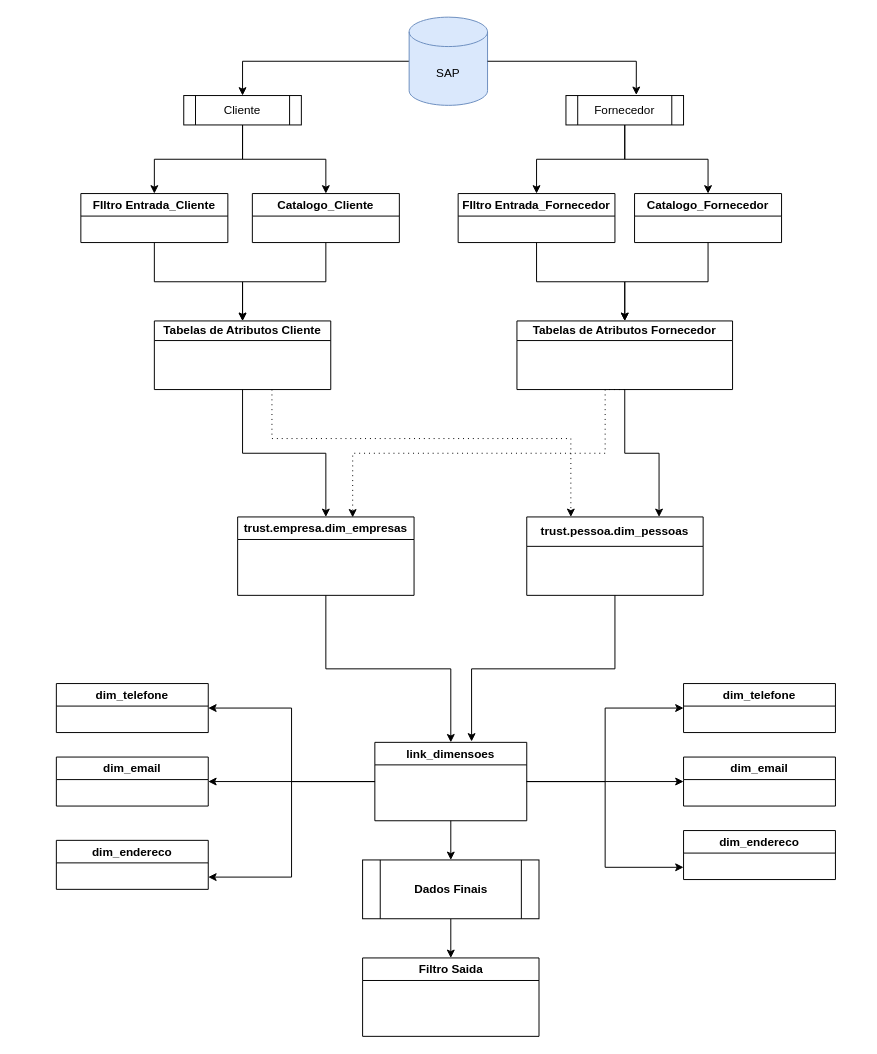
This is Untitled Diagram.drawio from fabiomoraeslima/django-projeto1, a draw.io file, before an edit. Source tidied: cells renumbered, new cells numbered last; positions are measured from the earlier drawing's top-left corner, leaving out a move shared by most shapes. Both pictures are drawn from the tidied source at 98%, with x=0, y=0 at pixel (56, 17).
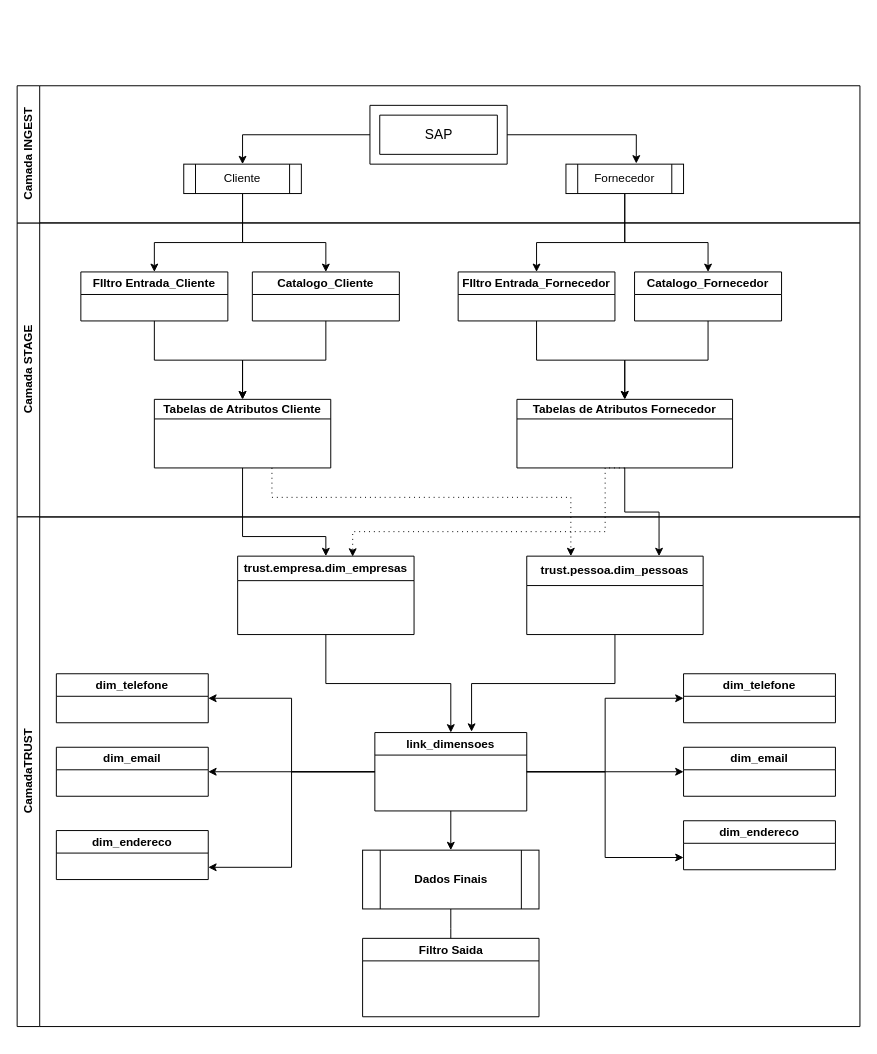
After the change.

Diff of the diagram source:
```diff
@@
-    <mxCell id="2" style="edgeStyle=orthogonalEdgeStyle;rounded=0;jettySize=auto;html=1;entryX=0.5;entryY=0;entryDx=0;entryDy=0;" parent="1" edge="1" source="3" target="14">
-      <mxGeometry relative="1" as="geometry" />
-    </mxCell>
-    <mxCell id="3" value="SAP" style="shape=cylinder3;whiteSpace=wrap;html=1;boundedLbl=1;backgroundOutline=1;size=15;fillColor=#dae8fc;strokeColor=#6c8ebf;" parent="1" vertex="1">
-      <mxGeometry x="360" width="80" height="90" as="geometry" />
-    </mxCell>
-    <mxCell id="4" style="edgeStyle=orthogonalEdgeStyle;rounded=0;jettySize=auto;html=1;entryX=0.5;entryY=0;entryDx=0;entryDy=0;" parent="1" edge="1" source="5" target="21">
-      <mxGeometry relative="1" as="geometry" />
-    </mxCell>
+    <mxCell id="46" style="group;" parent="1" vertex="1">
+      <mxGeometry x="-40" y="70" width="860" height="960" as="geometry" />
+    </mxCell>
-    <mxCell id="5" value="FIltro Entrada_Cliente" style="swimlane;whiteSpace=wrap;html=1;" parent="1" vertex="1">
-      <mxGeometry x="25" y="180" width="150" height="50" as="geometry" />
+    <mxCell id="5" value="FIltro Entrada_Cliente" style="swimlane;whiteSpace=wrap;html=1;" parent="46" vertex="1">
+      <mxGeometry x="65" y="190" width="150" height="50" as="geometry" />
     </mxCell>
-    <mxCell id="6" style="edgeStyle=orthogonalEdgeStyle;rounded=0;jettySize=auto;html=1;" parent="1" edge="1" source="7" target="21">
-      <mxGeometry relative="1" as="geometry" />
-    </mxCell>
-    <mxCell id="7" value="Catalogo_Cliente" style="swimlane;whiteSpace=wrap;html=1;" parent="1" vertex="1">
-      <mxGeometry x="200" y="180" width="150" height="50" as="geometry" />
+    <mxCell id="7" value="Catalogo_Cliente" style="swimlane;whiteSpace=wrap;html=1;" parent="46" vertex="1">
+      <mxGeometry x="240" y="190" width="150" height="50" as="geometry" />
     </mxCell>
-    <mxCell id="8" style="edgeStyle=orthogonalEdgeStyle;rounded=0;jettySize=auto;html=1;entryX=0.5;entryY=0;entryDx=0;entryDy=0;" parent="1" edge="1" source="9" target="23">
-      <mxGeometry relative="1" as="geometry" />
-    </mxCell>
-    <mxCell id="9" value="FIltro Entrada_Fornecedor" style="swimlane;whiteSpace=wrap;html=1;" parent="1" vertex="1">
-      <mxGeometry x="410" y="180" width="160" height="50" as="geometry" />
+    <mxCell id="9" value="FIltro Entrada_Fornecedor" style="swimlane;whiteSpace=wrap;html=1;" parent="46" vertex="1">
+      <mxGeometry x="450" y="190" width="160" height="50" as="geometry" />
     </mxCell>
-    <mxCell id="10" style="edgeStyle=orthogonalEdgeStyle;rounded=0;jettySize=auto;html=1;entryX=0.5;entryY=0;entryDx=0;entryDy=0;" parent="1" edge="1" source="11" target="23">
-      <mxGeometry relative="1" as="geometry" />
-    </mxCell>
-    <mxCell id="11" value="Catalogo_Fornecedor" style="swimlane;whiteSpace=wrap;html=1;" parent="1" vertex="1">
-      <mxGeometry x="590" y="180" width="150" height="50" as="geometry" />
+    <mxCell id="11" value="Catalogo_Fornecedor" style="swimlane;whiteSpace=wrap;html=1;" parent="46" vertex="1">
+      <mxGeometry x="630" y="190" width="150" height="50" as="geometry" />
     </mxCell>
-    <mxCell id="12" style="edgeStyle=orthogonalEdgeStyle;rounded=0;jettySize=auto;html=1;entryX=0.5;entryY=0;entryDx=0;entryDy=0;" parent="1" edge="1" source="14" target="5">
-      <mxGeometry relative="1" as="geometry" />
+    <mxCell id="12" style="edgeStyle=orthogonalEdgeStyle;rounded=0;jettySize=auto;html=1;entryX=0.5;entryY=0;entryDx=0;entryDy=0;" parent="46" edge="1" source="14" target="5">
+      <mxGeometry relative="1" as="geometry">
+        <Array as="points">
+          <mxPoint x="230" y="160" />
+          <mxPoint x="140" y="160" />
+        </Array>
+      </mxGeometry>
     </mxCell>
-    <mxCell id="13" style="edgeStyle=orthogonalEdgeStyle;rounded=0;jettySize=auto;html=1;entryX=0.5;entryY=0;entryDx=0;entryDy=0;" parent="1" edge="1" source="14" target="7">
-      <mxGeometry relative="1" as="geometry" />
+    <mxCell id="13" style="edgeStyle=orthogonalEdgeStyle;rounded=0;jettySize=auto;html=1;entryX=0.5;entryY=0;entryDx=0;entryDy=0;" parent="46" edge="1" source="14" target="7">
+      <mxGeometry relative="1" as="geometry">
+        <Array as="points">
+          <mxPoint x="230" y="160" />
+          <mxPoint x="315" y="160" />
+        </Array>
+      </mxGeometry>
     </mxCell>
-    <mxCell id="14" value="Cliente" style="shape=process;whiteSpace=wrap;html=1;backgroundOutline=1;" parent="1" vertex="1">
-      <mxGeometry x="130" y="80" width="120" height="30" as="geometry" />
-    </mxCell>
-    <mxCell id="15" style="edgeStyle=orthogonalEdgeStyle;rounded=0;jettySize=auto;html=1;" parent="1" edge="1" source="17" target="9">
-      <mxGeometry relative="1" as="geometry" />
+    <mxCell id="15" style="edgeStyle=orthogonalEdgeStyle;rounded=0;jettySize=auto;html=1;" parent="46" edge="1" source="17" target="9">
+      <mxGeometry relative="1" as="geometry">
+        <Array as="points">
+          <mxPoint x="620" y="160" />
+          <mxPoint x="530" y="160" />
+        </Array>
+      </mxGeometry>
     </mxCell>
-    <mxCell id="16" style="edgeStyle=orthogonalEdgeStyle;rounded=0;jettySize=auto;html=1;" parent="1" edge="1" source="17" target="11">
-      <mxGeometry relative="1" as="geometry" />
+    <mxCell id="16" style="edgeStyle=orthogonalEdgeStyle;rounded=0;jettySize=auto;html=1;" parent="46" edge="1" source="17" target="11">
+      <mxGeometry relative="1" as="geometry">
+        <Array as="points">
+          <mxPoint x="620" y="160" />
+          <mxPoint x="705" y="160" />
+        </Array>
+      </mxGeometry>
     </mxCell>
-    <mxCell id="17" value="Fornecedor" style="shape=process;whiteSpace=wrap;html=1;backgroundOutline=1;" parent="1" vertex="1">
-      <mxGeometry x="520" y="80" width="120" height="30" as="geometry" />
-    </mxCell>
-    <mxCell id="18" style="edgeStyle=orthogonalEdgeStyle;rounded=0;jettySize=auto;html=1;entryX=0.598;entryY=-0.022;entryDx=0;entryDy=0;entryPerimeter=0;" parent="1" edge="1" source="3" target="17">
-      <mxGeometry relative="1" as="geometry" />
-    </mxCell>
-    <mxCell id="19" style="edgeStyle=orthogonalEdgeStyle;rounded=0;jettySize=auto;html=1;" parent="1" edge="1" source="21" target="25">
-      <mxGeometry relative="1" as="geometry" />
-    </mxCell>
-    <mxCell id="20" style="edgeStyle=orthogonalEdgeStyle;rounded=0;jettySize=auto;html=1;entryX=0.25;entryY=0;entryDx=0;entryDy=0;dashed=1;dashPattern=1 4;" parent="1" edge="1" source="21" target="26">
-      <mxGeometry relative="1" as="geometry">
-        <Array as="points">
-          <mxPoint x="220" y="430" />
-          <mxPoint x="525" y="430" />
-        </Array>
-      </mxGeometry>
-    </mxCell>
-    <mxCell id="21" value="Tabelas de Atributos Cliente" style="swimlane;whiteSpace=wrap;html=1;startSize=20;" parent="1" vertex="1">
-      <mxGeometry x="100" y="310" width="180" height="70" as="geometry" />
+    <mxCell id="21" value="Tabelas de Atributos Cliente" style="swimlane;whiteSpace=wrap;html=1;startSize=20;" parent="46" vertex="1">
+      <mxGeometry x="140" y="320" width="180" height="70" as="geometry" />
     </mxCell>
-    <mxCell id="22" style="edgeStyle=orthogonalEdgeStyle;rounded=0;jettySize=auto;html=1;entryX=0.75;entryY=0;entryDx=0;entryDy=0;" parent="1" edge="1" source="23" target="26">
-      <mxGeometry relative="1" as="geometry" />
-    </mxCell>
+    <mxCell id="4" style="edgeStyle=orthogonalEdgeStyle;rounded=0;jettySize=auto;html=1;entryX=0.5;entryY=0;entryDx=0;entryDy=0;" parent="46" edge="1" source="5" target="21">
+      <mxGeometry relative="1" as="geometry" />
+    </mxCell>
+    <mxCell id="6" style="edgeStyle=orthogonalEdgeStyle;rounded=0;jettySize=auto;html=1;" parent="46" edge="1" source="7" target="21">
+      <mxGeometry relative="1" as="geometry" />
+    </mxCell>
-    <mxCell id="23" value="Tabelas de Atributos Fornecedor" style="swimlane;whiteSpace=wrap;html=1;startSize=20;" parent="1" vertex="1">
-      <mxGeometry x="470" y="310" width="220" height="70" as="geometry" />
+    <mxCell id="23" value="Tabelas de Atributos Fornecedor" style="swimlane;whiteSpace=wrap;html=1;startSize=20;" parent="46" vertex="1">
+      <mxGeometry x="510" y="320" width="220" height="70" as="geometry" />
     </mxCell>
-    <mxCell id="24" style="edgeStyle=orthogonalEdgeStyle;rounded=0;jettySize=auto;html=1;" parent="1" edge="1" source="25" target="44">
-      <mxGeometry relative="1" as="geometry" />
-    </mxCell>
+    <mxCell id="8" style="edgeStyle=orthogonalEdgeStyle;rounded=0;jettySize=auto;html=1;entryX=0.5;entryY=0;entryDx=0;entryDy=0;" parent="46" edge="1" source="9" target="23">
+      <mxGeometry relative="1" as="geometry" />
+    </mxCell>
+    <mxCell id="10" style="edgeStyle=orthogonalEdgeStyle;rounded=0;jettySize=auto;html=1;entryX=0.5;entryY=0;entryDx=0;entryDy=0;" parent="46" edge="1" source="11" target="23">
+      <mxGeometry relative="1" as="geometry" />
+    </mxCell>
+    <mxCell id="27" style="edgeStyle=orthogonalEdgeStyle;rounded=0;jettySize=auto;html=1;exitX=0.5;exitY=1;exitDx=0;exitDy=0;entryX=0.652;entryY=0.006;entryDx=0;entryDy=0;entryPerimeter=0;dashed=1;dashPattern=1 4;" parent="46" edge="1" source="23" target="25">
+      <mxGeometry relative="1" as="geometry">
+        <Array as="points">
+          <mxPoint x="600" y="390" />
+          <mxPoint x="600" y="455" />
+          <mxPoint x="342" y="455" />
+        </Array>
+      </mxGeometry>
+    </mxCell>
+    <mxCell id="47" value="Camada STAGE" style="swimlane;horizontal=0;whiteSpace=wrap;html=1;" parent="46" vertex="1">
+      <mxGeometry y="140" width="860" height="300" as="geometry" />
+    </mxCell>
+    <mxCell id="48" value="CamadaTRUST" style="swimlane;horizontal=0;whiteSpace=wrap;html=1;" parent="46" vertex="1">
+      <mxGeometry y="440" width="860" height="520" as="geometry" />
+    </mxCell>
-    <mxCell id="25" value="trust.empresa.dim_empresas" style="swimlane;whiteSpace=wrap;html=1;" parent="1" vertex="1">
-      <mxGeometry x="185" y="510" width="180" height="80" as="geometry" />
+    <mxCell id="25" value="trust.empresa.dim_empresas" style="swimlane;whiteSpace=wrap;html=1;startSize=25;" parent="48" vertex="1">
+      <mxGeometry x="225" y="40" width="180" height="80" as="geometry" />
     </mxCell>
-    <mxCell id="26" value="trust.pessoa.dim_pessoas" style="swimlane;whiteSpace=wrap;html=1;startSize=30;" parent="1" vertex="1">
-      <mxGeometry x="480" y="510" width="180" height="80" as="geometry" />
+    <mxCell id="26" value="trust.pessoa.dim_pessoas" style="swimlane;whiteSpace=wrap;html=1;startSize=30;" parent="48" vertex="1">
+      <mxGeometry x="520" y="40" width="180" height="80" as="geometry" />
     </mxCell>
-    <mxCell id="27" style="edgeStyle=orthogonalEdgeStyle;rounded=0;jettySize=auto;html=1;exitX=0.5;exitY=1;exitDx=0;exitDy=0;entryX=0.652;entryY=0.006;entryDx=0;entryDy=0;entryPerimeter=0;dashed=1;dashPattern=1 4;" parent="1" edge="1" source="23" target="25">
-      <mxGeometry relative="1" as="geometry">
-        <Array as="points">
-          <mxPoint x="560" y="380" />
-          <mxPoint x="560" y="445" />
-          <mxPoint x="302" y="445" />
-        </Array>
-      </mxGeometry>
-    </mxCell>
-    <mxCell id="28" value="Filtro Saida" style="swimlane;whiteSpace=wrap;html=1;" parent="1" vertex="1">
-      <mxGeometry x="312.5" y="960" width="180" height="80" as="geometry" />
-    </mxCell>
-    <mxCell id="29" value="dim_telefone" style="swimlane;whiteSpace=wrap;html=1;" parent="1" vertex="1">
-      <mxGeometry y="680" width="155" height="50" as="geometry" />
+    <mxCell id="29" value="dim_telefone" style="swimlane;whiteSpace=wrap;html=1;" parent="48" vertex="1">
+      <mxGeometry x="40" y="160" width="155" height="50" as="geometry" />
     </mxCell>
-    <mxCell id="30" value="dim_endereco" style="swimlane;whiteSpace=wrap;html=1;" parent="1" vertex="1">
-      <mxGeometry y="840" width="155" height="50" as="geometry" />
+    <mxCell id="30" value="dim_endereco" style="swimlane;whiteSpace=wrap;html=1;" parent="48" vertex="1">
+      <mxGeometry x="40" y="320" width="155" height="50" as="geometry" />
     </mxCell>
-    <mxCell id="31" value="dim_email" style="swimlane;whiteSpace=wrap;html=1;" parent="1" vertex="1">
-      <mxGeometry y="755" width="155" height="50" as="geometry" />
+    <mxCell id="31" value="dim_email" style="swimlane;whiteSpace=wrap;html=1;" parent="48" vertex="1">
+      <mxGeometry x="40" y="235" width="155" height="50" as="geometry" />
     </mxCell>
-    <mxCell id="32" value="dim_telefone" style="swimlane;whiteSpace=wrap;html=1;" parent="1" vertex="1">
-      <mxGeometry x="640" y="680" width="155" height="50" as="geometry" />
+    <mxCell id="32" value="dim_telefone" style="swimlane;whiteSpace=wrap;html=1;" parent="48" vertex="1">
+      <mxGeometry x="680" y="160" width="155" height="50" as="geometry" />
     </mxCell>
-    <mxCell id="33" value="dim_endereco" style="swimlane;whiteSpace=wrap;html=1;" parent="1" vertex="1">
-      <mxGeometry x="640" y="830" width="155" height="50" as="geometry" />
+    <mxCell id="33" value="dim_endereco" style="swimlane;whiteSpace=wrap;html=1;" parent="48" vertex="1">
+      <mxGeometry x="680" y="310" width="155" height="50" as="geometry" />
     </mxCell>
-    <mxCell id="34" value="dim_email" style="swimlane;whiteSpace=wrap;html=1;" parent="1" vertex="1">
-      <mxGeometry x="640" y="755" width="155" height="50" as="geometry" />
+    <mxCell id="34" value="dim_email" style="swimlane;whiteSpace=wrap;html=1;" parent="48" vertex="1">
+      <mxGeometry x="680" y="235" width="155" height="50" as="geometry" />
     </mxCell>
-    <mxCell id="35" style="edgeStyle=orthogonalEdgeStyle;rounded=0;jettySize=auto;html=1;entryX=0.5;entryY=0;entryDx=0;entryDy=0;" parent="1" edge="1" source="36" target="28">
-      <mxGeometry relative="1" as="geometry" />
+    <mxCell id="35" style="edgeStyle=orthogonalEdgeStyle;rounded=0;jettySize=auto;html=1;entryX=0.5;entryY=0;entryDx=0;entryDy=0;" parent="48" edge="1" source="36">
+      <mxGeometry relative="1" as="geometry">
+        <mxPoint x="442.5" y="440" as="targetPoint" />
+      </mxGeometry>
     </mxCell>
-    <mxCell id="36" value="&lt;b&gt;Dados Finais&lt;/b&gt;" style="shape=process;whiteSpace=wrap;html=1;backgroundOutline=1;" parent="1" vertex="1">
-      <mxGeometry x="312.5" y="860" width="180" height="60" as="geometry" />
+    <mxCell id="36" value="&lt;b&gt;Dados Finais&lt;/b&gt;" style="shape=process;whiteSpace=wrap;html=1;backgroundOutline=1;" parent="48" vertex="1">
+      <mxGeometry x="352.5" y="340" width="180" height="60" as="geometry" />
     </mxCell>
-    <mxCell id="37" style="edgeStyle=orthogonalEdgeStyle;rounded=0;jettySize=auto;html=1;entryX=1;entryY=0.5;entryDx=0;entryDy=0;" parent="1" edge="1" source="44" target="29">
+    <mxCell id="37" style="edgeStyle=orthogonalEdgeStyle;rounded=0;jettySize=auto;html=1;entryX=1;entryY=0.5;entryDx=0;entryDy=0;" parent="48" edge="1" source="44" target="29">
       <mxGeometry relative="1" as="geometry" />
     </mxCell>
-    <mxCell id="38" style="edgeStyle=orthogonalEdgeStyle;rounded=0;jettySize=auto;html=1;entryX=1;entryY=0.75;entryDx=0;entryDy=0;" parent="1" edge="1" source="44" target="30">
+    <mxCell id="38" style="edgeStyle=orthogonalEdgeStyle;rounded=0;jettySize=auto;html=1;entryX=1;entryY=0.75;entryDx=0;entryDy=0;" parent="48" edge="1" source="44" target="30">
       <mxGeometry relative="1" as="geometry" />
     </mxCell>
-    <mxCell id="39" style="edgeStyle=orthogonalEdgeStyle;rounded=0;jettySize=auto;html=1;entryX=0.5;entryY=0;entryDx=0;entryDy=0;" parent="1" edge="1" source="44" target="36">
+    <mxCell id="39" style="edgeStyle=orthogonalEdgeStyle;rounded=0;jettySize=auto;html=1;entryX=0.5;entryY=0;entryDx=0;entryDy=0;" parent="48" edge="1" source="44" target="36">
       <mxGeometry relative="1" as="geometry" />
     </mxCell>
-    <mxCell id="40" style="edgeStyle=orthogonalEdgeStyle;rounded=0;jettySize=auto;html=1;entryX=0;entryY=0.5;entryDx=0;entryDy=0;" parent="1" edge="1" source="44" target="32">
+    <mxCell id="40" style="edgeStyle=orthogonalEdgeStyle;rounded=0;jettySize=auto;html=1;entryX=0;entryY=0.5;entryDx=0;entryDy=0;" parent="48" edge="1" source="44" target="32">
       <mxGeometry relative="1" as="geometry" />
     </mxCell>
-    <mxCell id="41" style="edgeStyle=orthogonalEdgeStyle;rounded=0;jettySize=auto;html=1;" parent="1" edge="1" source="44">
+    <mxCell id="41" style="edgeStyle=orthogonalEdgeStyle;rounded=0;jettySize=auto;html=1;" parent="48" edge="1" source="44">
       <mxGeometry relative="1" as="geometry">
-        <mxPoint x="640" y="780" as="targetPoint" />
+        <mxPoint x="680" y="260" as="targetPoint" />
       </mxGeometry>
     </mxCell>
-    <mxCell id="42" style="edgeStyle=orthogonalEdgeStyle;rounded=0;jettySize=auto;html=1;entryX=0;entryY=0.75;entryDx=0;entryDy=0;" parent="1" edge="1" source="44" target="33">
+    <mxCell id="42" style="edgeStyle=orthogonalEdgeStyle;rounded=0;jettySize=auto;html=1;entryX=0;entryY=0.75;entryDx=0;entryDy=0;" parent="48" edge="1" source="44" target="33">
       <mxGeometry relative="1" as="geometry" />
     </mxCell>
-    <mxCell id="43" style="edgeStyle=orthogonalEdgeStyle;rounded=0;jettySize=auto;html=1;entryX=1;entryY=0.5;entryDx=0;entryDy=0;" parent="1" edge="1" source="44" target="31">
+    <mxCell id="43" style="edgeStyle=orthogonalEdgeStyle;rounded=0;jettySize=auto;html=1;entryX=1;entryY=0.5;entryDx=0;entryDy=0;" parent="48" edge="1" source="44" target="31">
       <mxGeometry relative="1" as="geometry" />
     </mxCell>
-    <mxCell id="44" value="link_dimensoes" style="swimlane;whiteSpace=wrap;html=1;" parent="1" vertex="1">
-      <mxGeometry x="325" y="740" width="155" height="80" as="geometry" />
+    <mxCell id="44" value="link_dimensoes" style="swimlane;whiteSpace=wrap;html=1;" parent="48" vertex="1">
+      <mxGeometry x="365" y="220" width="155" height="80" as="geometry" />
     </mxCell>
+    <mxCell id="24" style="edgeStyle=orthogonalEdgeStyle;rounded=0;jettySize=auto;html=1;" parent="48" edge="1" source="25" target="44">
+      <mxGeometry relative="1" as="geometry" />
+    </mxCell>
-    <mxCell id="45" style="edgeStyle=orthogonalEdgeStyle;rounded=0;jettySize=auto;html=1;exitX=0.5;exitY=1;exitDx=0;exitDy=0;entryX=0.637;entryY=-0.011;entryDx=0;entryDy=0;entryPerimeter=0;" parent="1" edge="1" source="26" target="44">
+    <mxCell id="45" style="edgeStyle=orthogonalEdgeStyle;rounded=0;jettySize=auto;html=1;exitX=0.5;exitY=1;exitDx=0;exitDy=0;entryX=0.637;entryY=-0.011;entryDx=0;entryDy=0;entryPerimeter=0;" parent="48" edge="1" source="26" target="44">
       <mxGeometry relative="1" as="geometry" />
     </mxCell>
+    <mxCell id="28" value="Filtro Saida" style="swimlane;whiteSpace=wrap;html=1;" parent="48" vertex="1">
+      <mxGeometry x="352.5" y="430" width="180" height="80" as="geometry" />
+    </mxCell>
+    <mxCell id="19" style="edgeStyle=orthogonalEdgeStyle;rounded=0;jettySize=auto;html=1;" parent="46" edge="1" source="21" target="25">
+      <mxGeometry relative="1" as="geometry">
+        <Array as="points">
+          <mxPoint x="230" y="460" />
+          <mxPoint x="315" y="460" />
+        </Array>
+      </mxGeometry>
+    </mxCell>
+    <mxCell id="20" style="edgeStyle=orthogonalEdgeStyle;rounded=0;jettySize=auto;html=1;entryX=0.25;entryY=0;entryDx=0;entryDy=0;dashed=1;dashPattern=1 4;" parent="46" edge="1" source="21" target="26">
+      <mxGeometry relative="1" as="geometry">
+        <Array as="points">
+          <mxPoint x="260" y="420" />
+          <mxPoint x="565" y="420" />
+        </Array>
+      </mxGeometry>
+    </mxCell>
+    <mxCell id="22" style="edgeStyle=orthogonalEdgeStyle;rounded=0;jettySize=auto;html=1;entryX=0.75;entryY=0;entryDx=0;entryDy=0;" parent="46" edge="1" source="23" target="26">
+      <mxGeometry relative="1" as="geometry" />
+    </mxCell>
+    <mxCell id="49" value="Camada INGEST" style="swimlane;horizontal=0;whiteSpace=wrap;html=1;" parent="46" vertex="1">
+      <mxGeometry width="860" height="140" as="geometry" />
+    </mxCell>
+    <mxCell id="50" style="verticalLabelPosition=bottom;verticalAlign=top;html=1;shape=mxgraph.basic.frame;dx=10;whiteSpace=wrap;" parent="49" vertex="1">
+      <mxGeometry x="360" y="20" width="140" height="60" as="geometry" />
+    </mxCell>
+    <mxCell id="3" value="&lt;font style=&quot;font-size: 14px;&quot;&gt;SAP&lt;/font&gt;" style="text;html=1;align=center;verticalAlign=middle;points=[];strokeColor=none;fillColor=none;" parent="49" vertex="1">
+      <mxGeometry x="405" y="35" width="50" height="30" as="geometry" />
+    </mxCell>
+    <mxCell id="14" value="Cliente" style="shape=process;whiteSpace=wrap;html=1;backgroundOutline=1;" parent="49" vertex="1">
+      <mxGeometry x="170" y="80" width="120" height="30" as="geometry" />
+    </mxCell>
+    <mxCell id="2" style="edgeStyle=orthogonalEdgeStyle;rounded=0;jettySize=auto;html=1;entryX=0.5;entryY=0;entryDx=0;entryDy=0;exitX=0;exitY=0.5;exitDx=0;exitDy=0;exitPerimeter=0;" parent="49" edge="1" source="50" target="14">
+      <mxGeometry relative="1" as="geometry" />
+    </mxCell>
+    <mxCell id="17" value="Fornecedor" style="shape=process;whiteSpace=wrap;html=1;backgroundOutline=1;" parent="49" vertex="1">
+      <mxGeometry x="560" y="80" width="120" height="30" as="geometry" />
+    </mxCell>
+    <mxCell id="18" style="edgeStyle=orthogonalEdgeStyle;rounded=0;jettySize=auto;html=1;entryX=0.598;entryY=-0.022;entryDx=0;entryDy=0;entryPerimeter=0;exitX=1;exitY=0.5;exitDx=0;exitDy=0;exitPerimeter=0;" parent="49" edge="1" source="50" target="17">
+      <mxGeometry relative="1" as="geometry" />
+    </mxCell>
```
